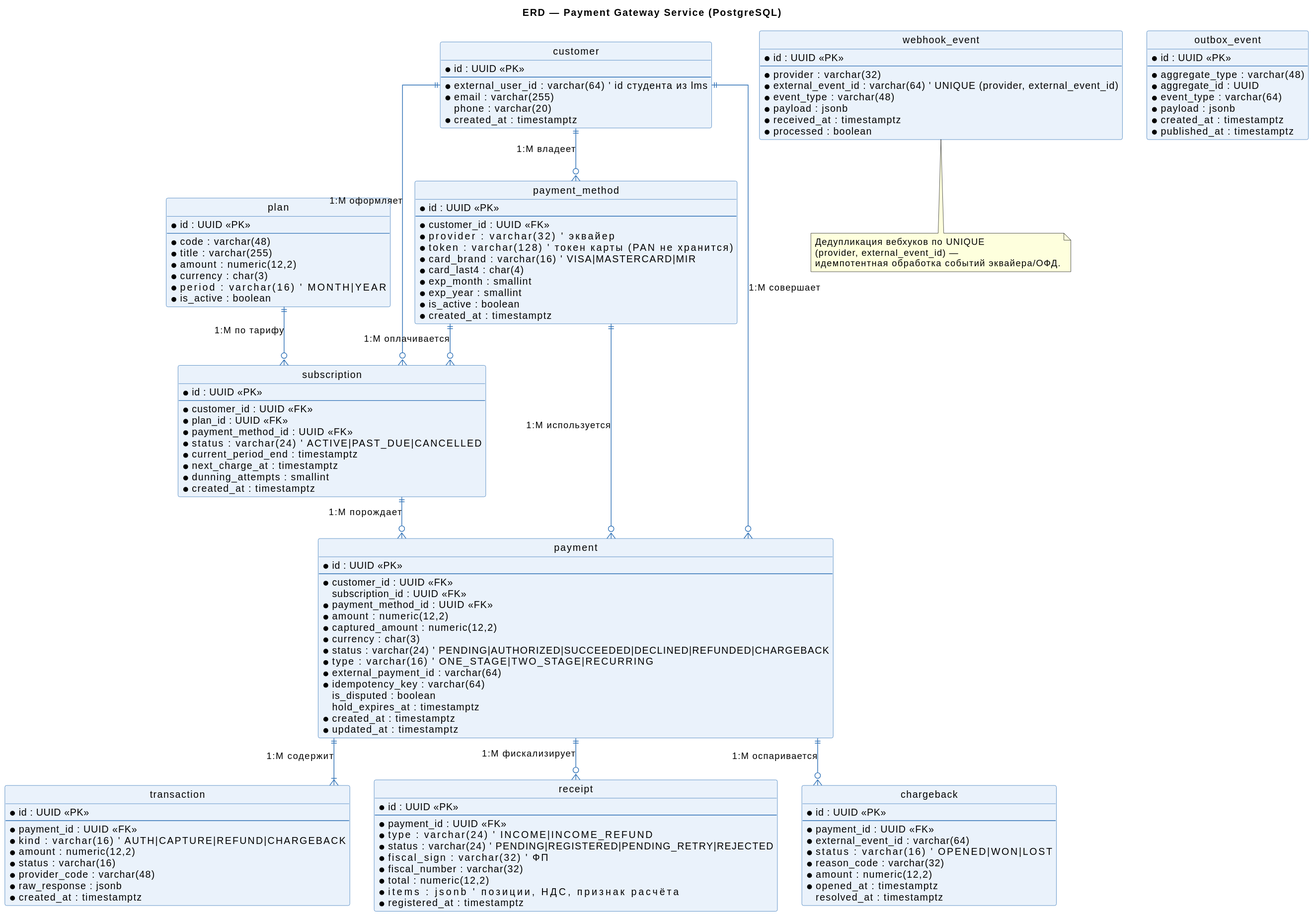
Above: diagrams/rendered/erd_payment.svg in mak964-afk/payment-gateway-service (PlantUML), before the change.
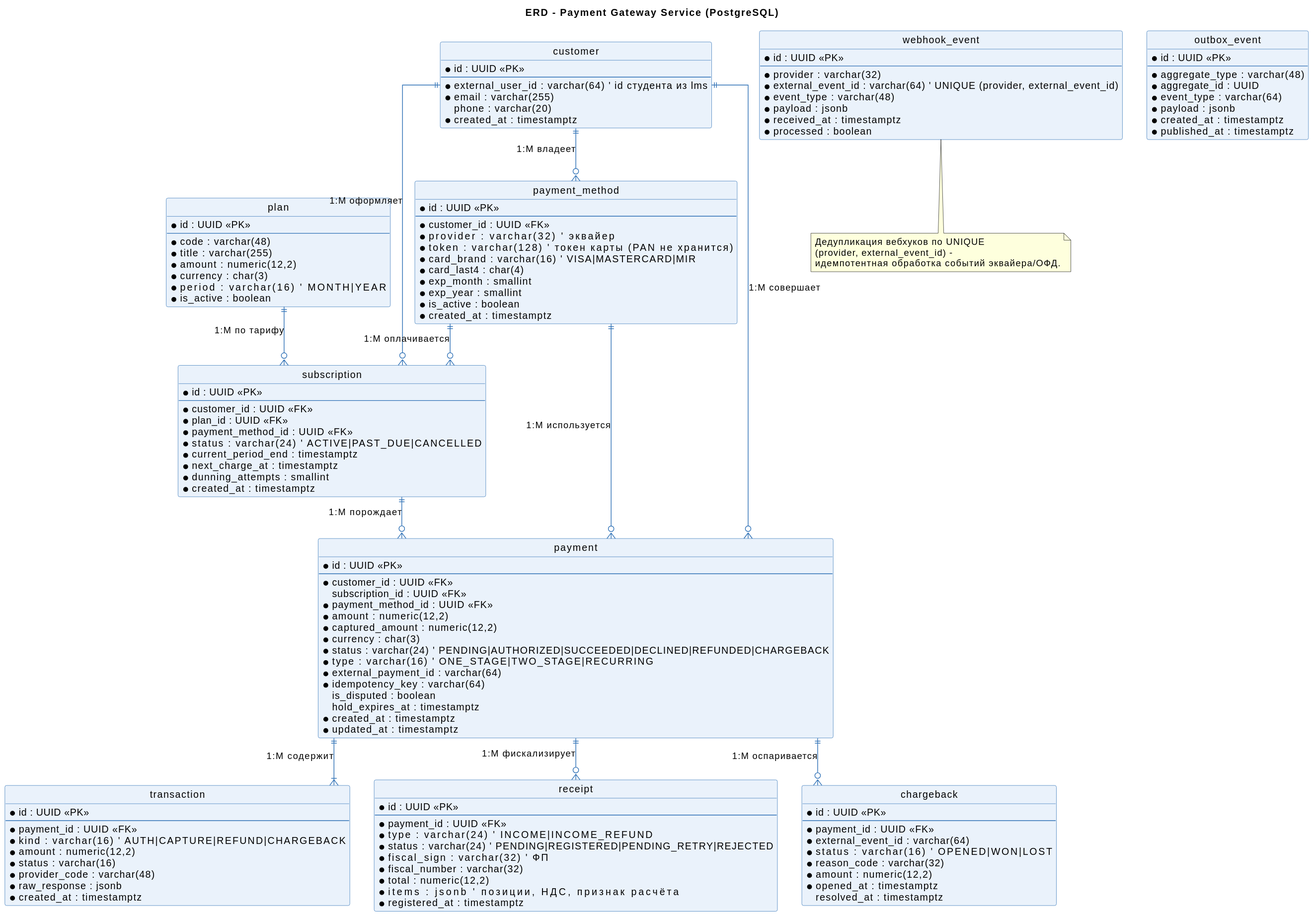
After the commit.

Diff of the diagram source:
```diff
@@ -1,5 +1,5 @@
 @startuml
-title ERD — Payment Gateway Service (PostgreSQL)
+title ERD - Payment Gateway Service (PostgreSQL)
 
 skinparam backgroundColor #FFFFFF
 skinparam shadowing false
@@ -149,7 +149,7 @@
 
 note bottom of webhook_event
   Дедупликация вебхуков по UNIQUE
-  (provider, external_event_id) —
+  (provider, external_event_id) -
   идемпотентная обработка событий эквайера/ОФД.
 end note
 @enduml
```
